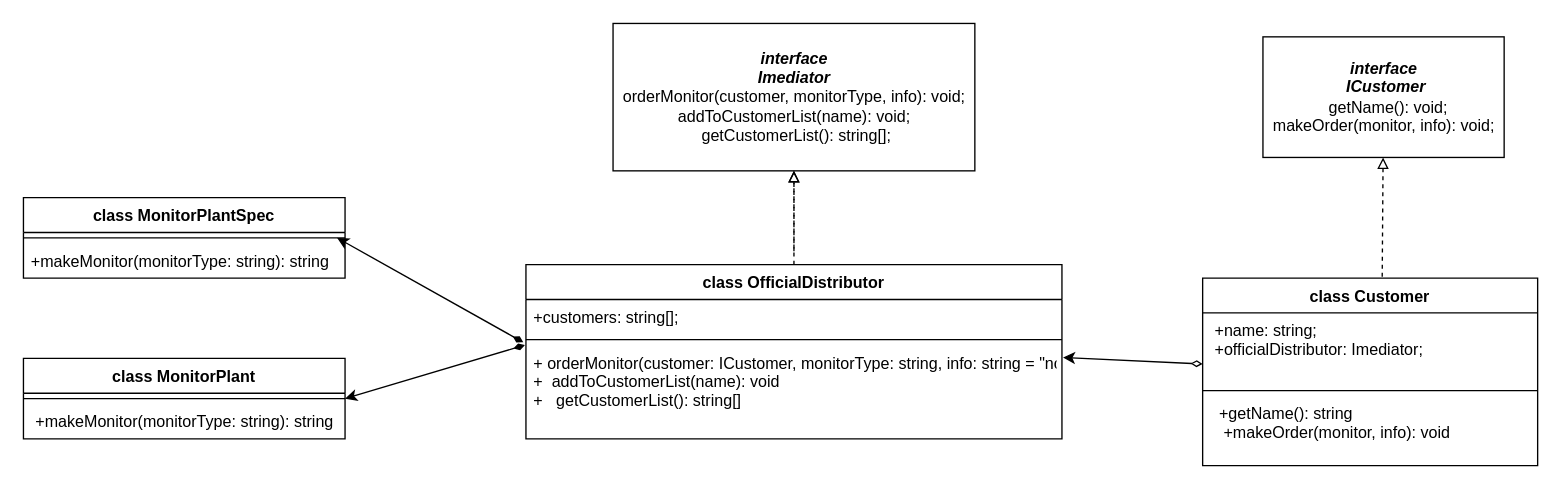
danil-jpg/MyPatterns keeps this draw.io diagram as Behaviour/Mediator/mediator.drawio. Above is the earlier version. Source tidied: cells renumbered, new cells numbered last; positions are measured from the earlier drawing's top-left corner, leaving out a move shared by most shapes. Both pictures are drawn from the tidied source at 134%, with x=0, y=0 at pixel (23, 23).
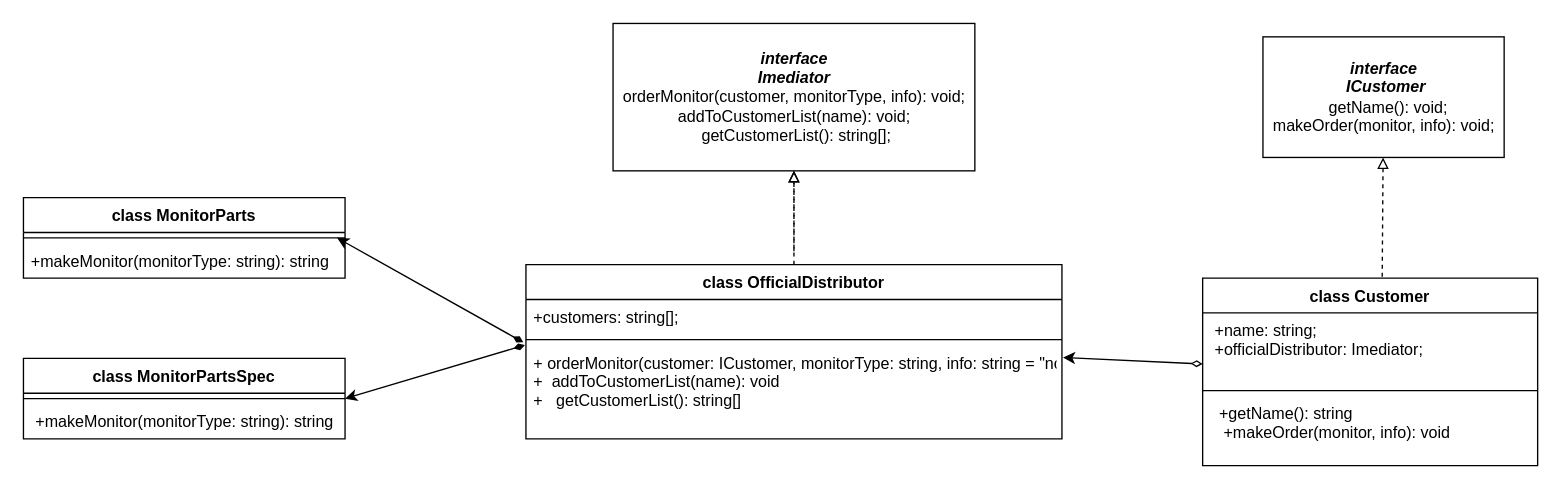
The same page after the edit.

The edit, as a diff of the source:
```diff
@@
-    <mxCell id="4" value="class MonitorPlant " style="swimlane;fontStyle=1;align=center;verticalAlign=top;horizontal=1;startSize=26;" parent="1" vertex="1">
+    <mxCell id="4" value="class MonitorPartsSpec" style="swimlane;fontStyle=1;align=center;verticalAlign=top;horizontal=1;startSize=26;" parent="1" vertex="1">
       <mxGeometry y="250" width="240" height="60" as="geometry" />
     </mxCell>
@@
-    <mxCell id="7" value="class MonitorPlantSpec" style="swimlane;fontStyle=1;align=center;verticalAlign=top;horizontal=1;startSize=26;" parent="1" vertex="1">
+    <mxCell id="7" value="class MonitorParts" style="swimlane;fontStyle=1;align=center;verticalAlign=top;horizontal=1;startSize=26;" parent="1" vertex="1">
       <mxGeometry y="130" width="240" height="60" as="geometry" />
     </mxCell>
```
